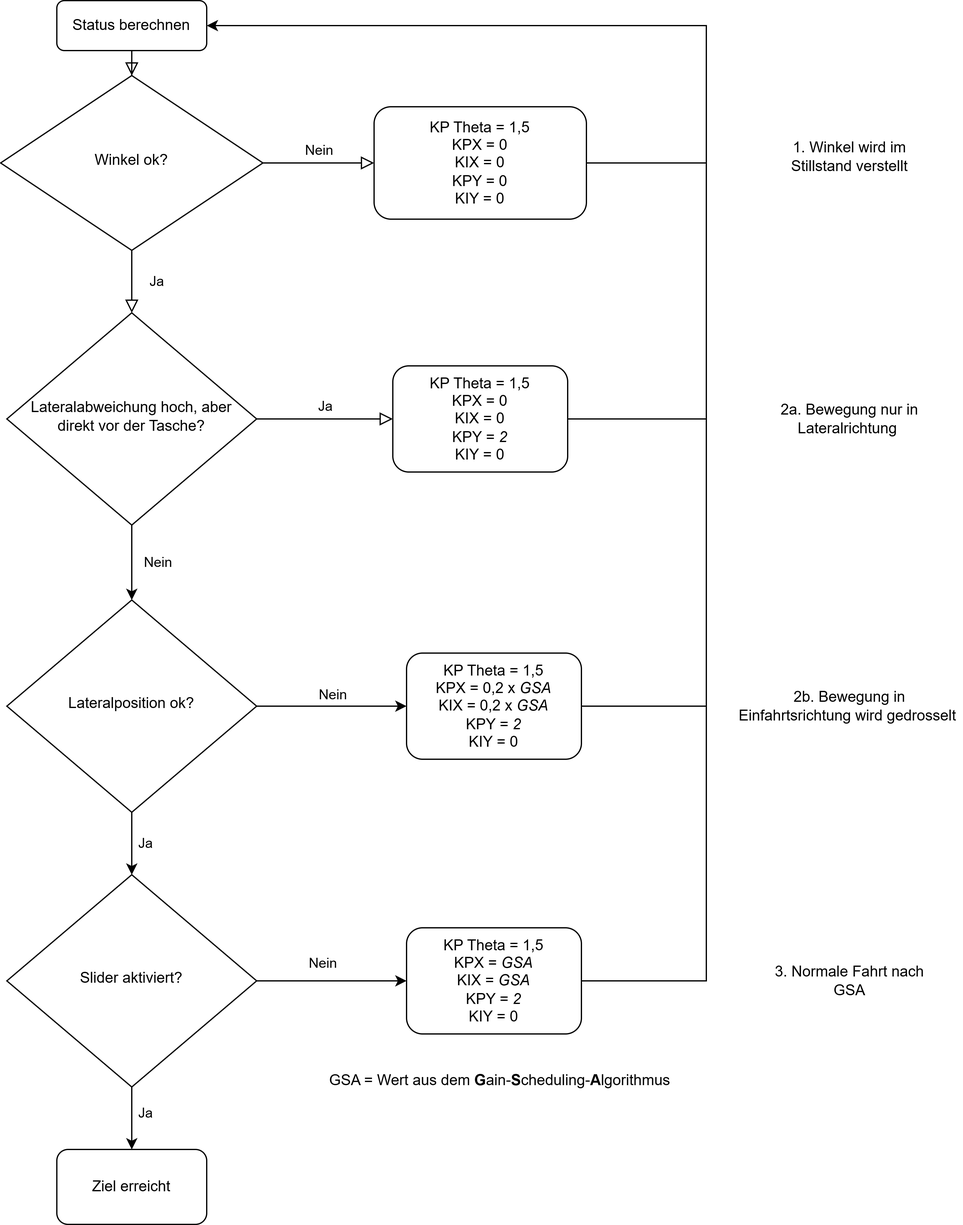
Above: _Bilder/flowchart.png in StefanSauerer/DocumentationVPJ (draw.io), before the change. Source tidied: cells renumbered, new cells last; positions are measured from the earlier drawing's top-left corner, leaving out a move shared by most shapes.
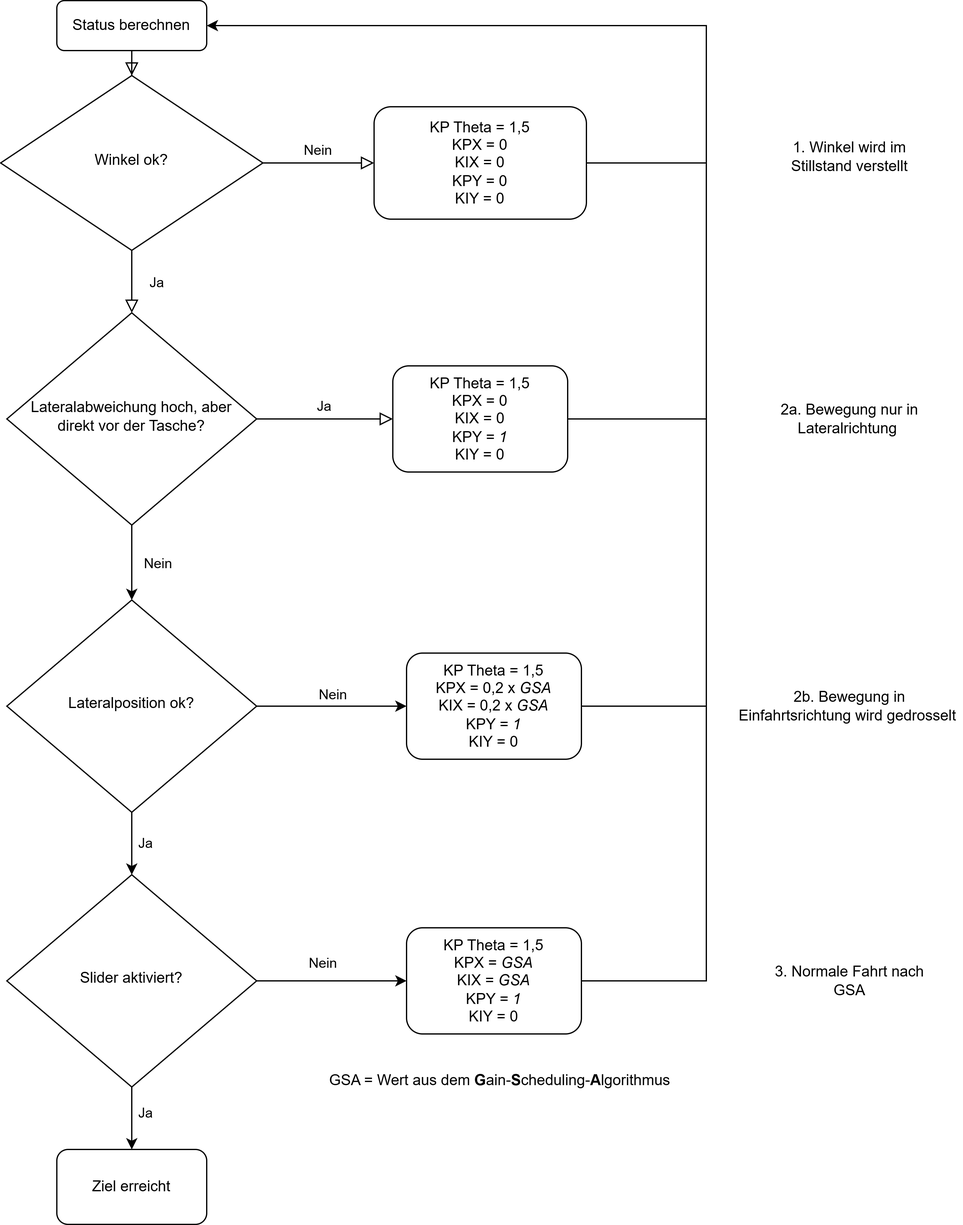
After the change.

The edit, as a diff of the source:
```diff
@@ -47,7 +47,7 @@
         <mxPoint x="565" y="120" as="targetPoint" />
       </mxGeometry>
     </mxCell>
-    <mxCell id="14" value="KP Theta = 1,5&lt;div&gt;KPX = 0&lt;/div&gt;&lt;div&gt;KIX = 0&lt;/div&gt;&lt;div&gt;KPY = &lt;i&gt;2&lt;/i&gt;&lt;/div&gt;&lt;div&gt;KIY = 0&lt;/div&gt;" style="rounded=1;whiteSpace=wrap;html=1;fontSize=12;glass=0;strokeWidth=1;shadow=0;" parent="1" vertex="1">
+    <mxCell id="14" value="KP Theta = 1,5&lt;div&gt;KPX = 0&lt;/div&gt;&lt;div&gt;KIX = 0&lt;/div&gt;&lt;div&gt;KPY = &lt;i&gt;1&lt;/i&gt;&lt;/div&gt;&lt;div&gt;KIY = 0&lt;/div&gt;" style="rounded=1;whiteSpace=wrap;html=1;fontSize=12;glass=0;strokeWidth=1;shadow=0;" parent="1" vertex="1">
       <mxGeometry x="314" y="292.5" width="140" height="85" as="geometry" />
     </mxCell>
     <mxCell id="15" style="edgeStyle=orthogonalEdgeStyle;rounded=0;jettySize=auto;html=1;" parent="1" edge="1" source="19">
@@ -76,7 +76,7 @@
         <mxPoint x="565" y="330" as="targetPoint" />
       </mxGeometry>
     </mxCell>
-    <mxCell id="21" value="KP Theta = 1,5&lt;div&gt;KPX = 0,2 x &lt;i&gt;GSA&lt;/i&gt;&lt;/div&gt;&lt;div&gt;KIX = 0,2 x&amp;nbsp;&lt;i style=&quot;background-color: transparent; color: light-dark(rgb(0, 0, 0), rgb(255, 255, 255));&quot;&gt;GSA&lt;/i&gt;&lt;/div&gt;&lt;div&gt;KPY = &lt;i&gt;2&lt;/i&gt;&lt;/div&gt;&lt;div&gt;&lt;span style=&quot;background-color: transparent; color: light-dark(rgb(0, 0, 0), rgb(255, 255, 255));&quot;&gt;KIY = 0&lt;/span&gt;&lt;/div&gt;" style="rounded=1;whiteSpace=wrap;html=1;fontSize=12;glass=0;strokeWidth=1;shadow=0;" parent="1" vertex="1">
+    <mxCell id="21" value="KP Theta = 1,5&lt;div&gt;KPX = 0,2 x &lt;i&gt;GSA&lt;/i&gt;&lt;/div&gt;&lt;div&gt;KIX = 0,2 x&amp;nbsp;&lt;i style=&quot;background-color: transparent; color: light-dark(rgb(0, 0, 0), rgb(255, 255, 255));&quot;&gt;GSA&lt;/i&gt;&lt;/div&gt;&lt;div&gt;KPY = &lt;i&gt;1&lt;/i&gt;&lt;/div&gt;&lt;div&gt;&lt;span style=&quot;background-color: transparent; color: light-dark(rgb(0, 0, 0), rgb(255, 255, 255));&quot;&gt;KIY = 0&lt;/span&gt;&lt;/div&gt;" style="rounded=1;whiteSpace=wrap;html=1;fontSize=12;glass=0;strokeWidth=1;shadow=0;" parent="1" vertex="1">
       <mxGeometry x="325" y="522.5" width="140" height="85" as="geometry" />
     </mxCell>
     <mxCell id="22" style="edgeStyle=orthogonalEdgeStyle;rounded=0;jettySize=auto;html=1;exitX=1;exitY=0.5;exitDx=0;exitDy=0;entryX=0;entryY=0.5;entryDx=0;entryDy=0;" parent="1" edge="1" source="26" target="28">
@@ -103,7 +103,7 @@
         <mxPoint x="565" y="560" as="targetPoint" />
       </mxGeometry>
     </mxCell>
-    <mxCell id="28" value="KP Theta = 1,5&lt;div&gt;KPX = &lt;i&gt;GSA&lt;/i&gt;&lt;/div&gt;&lt;div&gt;KIX =&amp;nbsp;&lt;i style=&quot;background-color: transparent; color: light-dark(rgb(0, 0, 0), rgb(255, 255, 255));&quot;&gt;GSA&lt;/i&gt;&lt;/div&gt;&lt;div&gt;&lt;span style=&quot;background-color: transparent; color: light-dark(rgb(0, 0, 0), rgb(255, 255, 255));&quot;&gt;KPY = &lt;/span&gt;&lt;i style=&quot;background-color: transparent; color: light-dark(rgb(0, 0, 0), rgb(255, 255, 255));&quot;&gt;2&lt;/i&gt;&lt;/div&gt;&lt;div&gt;KIY = 0&lt;/div&gt;" style="rounded=1;whiteSpace=wrap;html=1;fontSize=12;glass=0;strokeWidth=1;shadow=0;" parent="1" vertex="1">
+    <mxCell id="28" value="KP Theta = 1,5&lt;div&gt;KPX = &lt;i&gt;GSA&lt;/i&gt;&lt;/div&gt;&lt;div&gt;KIX =&amp;nbsp;&lt;i style=&quot;background-color: transparent; color: light-dark(rgb(0, 0, 0), rgb(255, 255, 255));&quot;&gt;GSA&lt;/i&gt;&lt;/div&gt;&lt;div&gt;&lt;span style=&quot;background-color: transparent; color: light-dark(rgb(0, 0, 0), rgb(255, 255, 255));&quot;&gt;KPY = &lt;i&gt;1&lt;/i&gt;&lt;/span&gt;&lt;/div&gt;&lt;div&gt;KIY = 0&lt;/div&gt;" style="rounded=1;whiteSpace=wrap;html=1;fontSize=12;glass=0;strokeWidth=1;shadow=0;" parent="1" vertex="1">
       <mxGeometry x="325" y="742.5" width="140" height="85" as="geometry" />
     </mxCell>
     <mxCell id="29" value="Ziel erreicht" style="rounded=1;whiteSpace=wrap;html=1;" parent="1" vertex="1">
```
